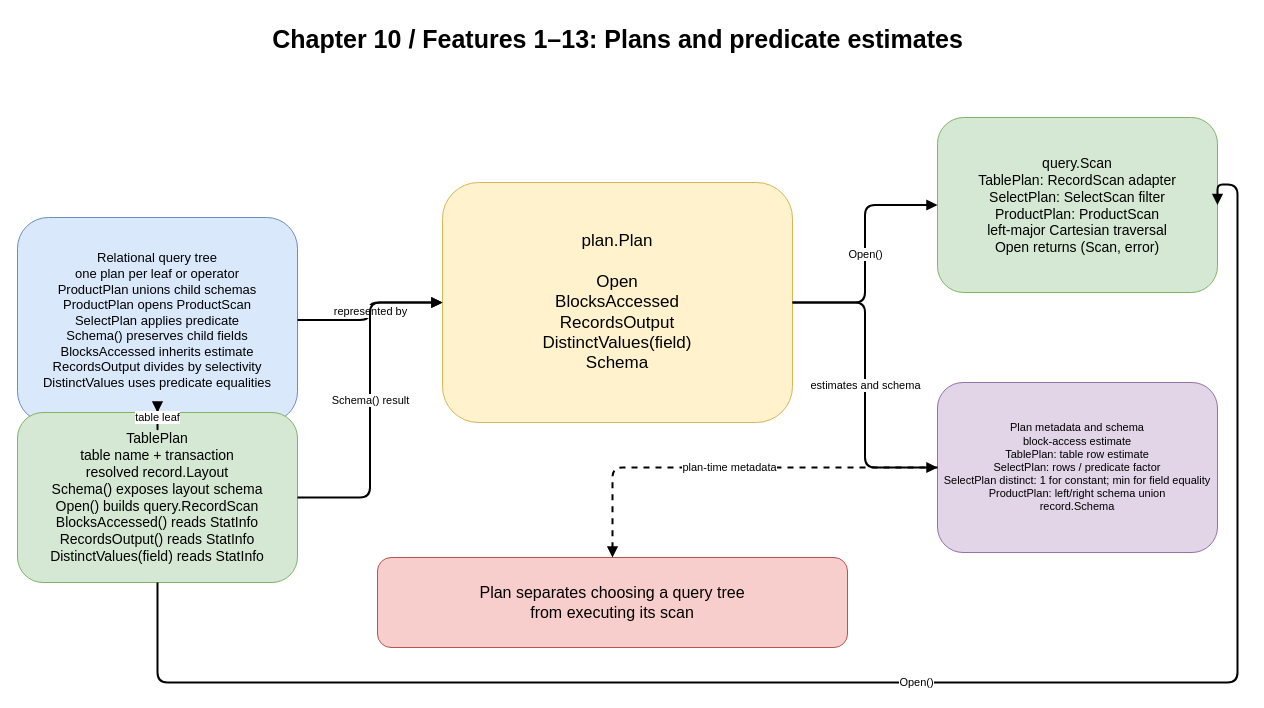
Above: docs/diagrams/ch10-plan-contract.drawio in Rwatana/simledb_in_go (draw.io), before the change. Source tidied: cells renumbered, new cells numbered last; positions are measured from the earlier drawing's top-left corner, leaving out a move shared by most shapes. Both pictures are drawn from the tidied source at 100%, with x=0, y=0 at pixel (17, 17).
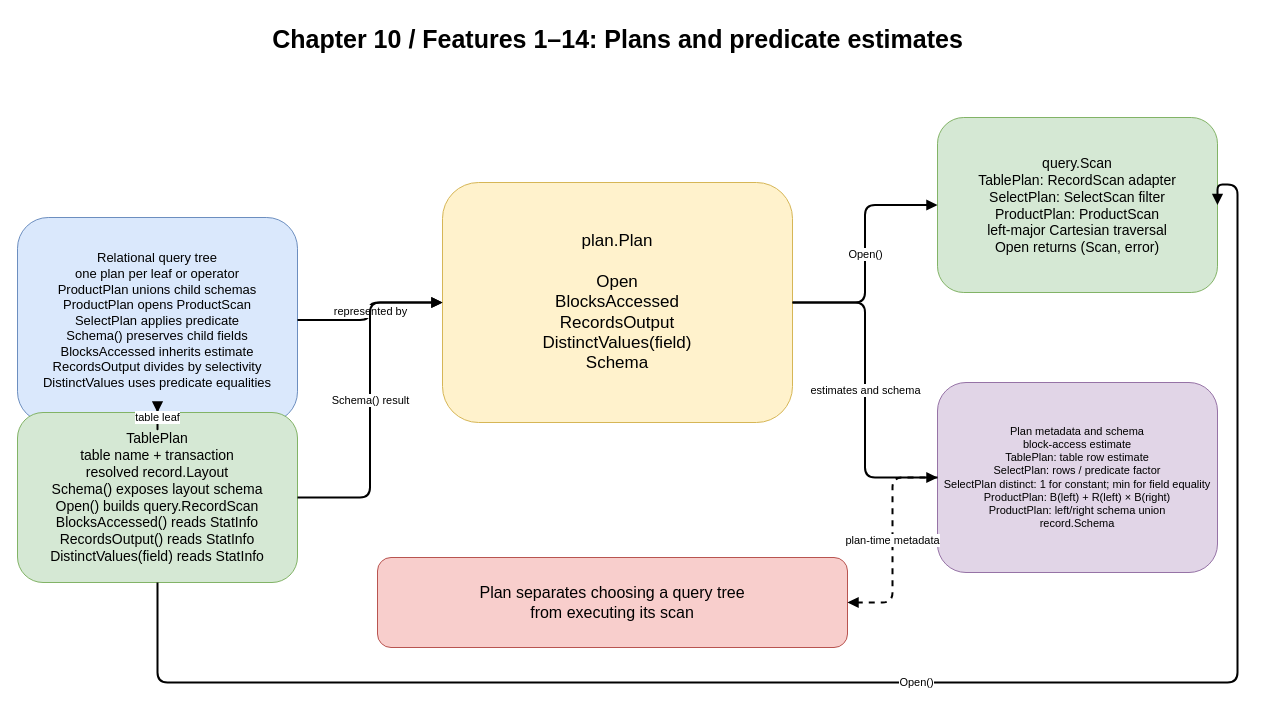
Above is the later version.

Commit message (it also covers changes not shown here):
feat: estimate product plan block accesses

What changed in the source:
```diff
@@
 <mxGraphModel>
   <root>
     <mxCell id="0" />
     <mxCell id="1" parent="0" />
-    <mxCell id="2" value="Chapter 10 / Features 1–13: Plans and predicate estimates" style="text;html=1;align=center;fontSize=25;fontStyle=1;" parent="1" vertex="1">
+    <mxCell id="2" value="Chapter 10 / Features 1–14: Plans and predicate estimates" style="text;html=1;align=center;fontSize=25;fontStyle=1;" parent="1" vertex="1">
       <mxGeometry x="100" width="1000" height="55" as="geometry" />
     </mxCell>
     <mxCell id="3" value="Relational query tree&#10;one plan per leaf or operator&#10;ProductPlan unions child schemas&#10;ProductPlan opens ProductScan&#10;SelectPlan applies predicate&#10;Schema() preserves child fields&#10;BlocksAccessed inherits estimate&#10;RecordsOutput divides by selectivity&#10;DistinctValues uses predicate equalities" style="rounded=1;whiteSpace=wrap;html=1;fillColor=#dae8fc;strokeColor=#6c8ebf;fontSize=13;" parent="1" vertex="1">
       <mxGeometry y="200" width="280" height="205" as="geometry" />
     </mxCell>
     <mxCell id="4" value="TablePlan&#10;table name + transaction&#10;resolved record.Layout&#10;Schema() exposes layout schema&#10;Open() builds query.RecordScan&#10;BlocksAccessed() reads StatInfo&#10;RecordsOutput() reads StatInfo&#10;DistinctValues(field) reads StatInfo" style="rounded=1;whiteSpace=wrap;html=1;fillColor=#d5e8d4;strokeColor=#82b366;fontSize=14;" parent="1" vertex="1">
       <mxGeometry y="395" width="280" height="170" as="geometry" />
     </mxCell>
     <mxCell id="5" value="plan.Plan&#10;&#10;Open&#10;BlocksAccessed&#10;RecordsOutput&#10;DistinctValues(field)&#10;Schema" style="rounded=1;whiteSpace=wrap;html=1;fillColor=#fff2cc;strokeColor=#d6b656;fontSize=17;" parent="1" vertex="1">
       <mxGeometry x="425" y="165" width="350" height="240" as="geometry" />
     </mxCell>
     <mxCell id="6" value="query.Scan&#10;TablePlan: RecordScan adapter&#10;SelectPlan: SelectScan filter&#10;ProductPlan: ProductScan&#10;left-major Cartesian traversal&#10;Open returns (Scan, error)" style="rounded=1;whiteSpace=wrap;html=1;fillColor=#d5e8d4;strokeColor=#82b366;fontSize=14;" parent="1" vertex="1">
       <mxGeometry x="920" y="100" width="280" height="175" as="geometry" />
     </mxCell>
-    <mxCell id="7" value="Plan metadata and schema&#10;block-access estimate&#10;TablePlan: table row estimate&#10;SelectPlan: rows / predicate factor&#10;SelectPlan distinct: 1 for constant; min for field equality&#10;ProductPlan: left/right schema union&#10;record.Schema" style="rounded=1;whiteSpace=wrap;html=1;fillColor=#e1d5e7;strokeColor=#9673a6;fontSize=11;" parent="1" vertex="1">
-      <mxGeometry x="920" y="365" width="280" height="170" as="geometry" />
+    <mxCell id="7" value="Plan metadata and schema&#10;block-access estimate&#10;TablePlan: table row estimate&#10;SelectPlan: rows / predicate factor&#10;SelectPlan distinct: 1 for constant; min for field equality&#10;ProductPlan: B(left) + R(left) × B(right)&#10;ProductPlan: left/right schema union&#10;record.Schema" style="rounded=1;whiteSpace=wrap;html=1;fillColor=#e1d5e7;strokeColor=#9673a6;fontSize=11;" parent="1" vertex="1">
+      <mxGeometry x="920" y="365" width="280" height="190" as="geometry" />
     </mxCell>
     <mxCell id="8" value="Plan separates choosing a query tree&#10;from executing its scan" style="rounded=1;whiteSpace=wrap;html=1;fillColor=#f8cecc;strokeColor=#b85450;fontSize=16;" parent="1" vertex="1">
       <mxGeometry x="360" y="540" width="470" height="90" as="geometry" />
     </mxCell>
     <mxCell id="9" value="represented by" style="edgeStyle=orthogonalEdgeStyle;html=1;endArrow=block;strokeWidth=2;" parent="1" edge="1" source="3" target="5">
       <mxGeometry relative="1" as="geometry" />
     </mxCell>
     <mxCell id="10" value="table leaf" style="edgeStyle=orthogonalEdgeStyle;html=1;endArrow=block;strokeWidth=2;" parent="1" edge="1" source="3" target="4">
       <mxGeometry relative="1" as="geometry" />
     </mxCell>
     <mxCell id="11" value="Schema() result" style="edgeStyle=orthogonalEdgeStyle;html=1;endArrow=block;strokeWidth=2;" parent="1" edge="1" source="4" target="5">
       <mxGeometry relative="1" as="geometry" />
     </mxCell>
     <mxCell id="12" value="Open()" style="edgeStyle=orthogonalEdgeStyle;html=1;endArrow=block;strokeWidth=2;exitX=0.5;exitY=1;exitDx=0;exitDy=0;entryX=1;entryY=0.5;entryDx=0;entryDy=0;" parent="1" edge="1" source="4" target="6">
       <mxGeometry relative="1" as="geometry">
         <Array as="points">
           <mxPoint x="140" y="665" />
           <mxPoint x="1220" y="665" />
           <mxPoint x="1220" y="167" />
         </Array>
       </mxGeometry>
     </mxCell>
     <mxCell id="13" value="Open()" style="edgeStyle=orthogonalEdgeStyle;html=1;endArrow=block;strokeWidth=2;" parent="1" edge="1" source="5" target="6">
       <mxGeometry relative="1" as="geometry" />
     </mxCell>
     <mxCell id="14" value="estimates and schema" style="edgeStyle=orthogonalEdgeStyle;html=1;endArrow=block;strokeWidth=2;" parent="1" edge="1" source="5" target="7">
       <mxGeometry relative="1" as="geometry" />
     </mxCell>
     <mxCell id="15" value="plan-time metadata" style="edgeStyle=orthogonalEdgeStyle;html=1;endArrow=block;strokeWidth=2;dashed=1;" parent="1" edge="1" source="7" target="8">
       <mxGeometry relative="1" as="geometry" />
     </mxCell>
   </root>
 </mxGraphModel>
```
